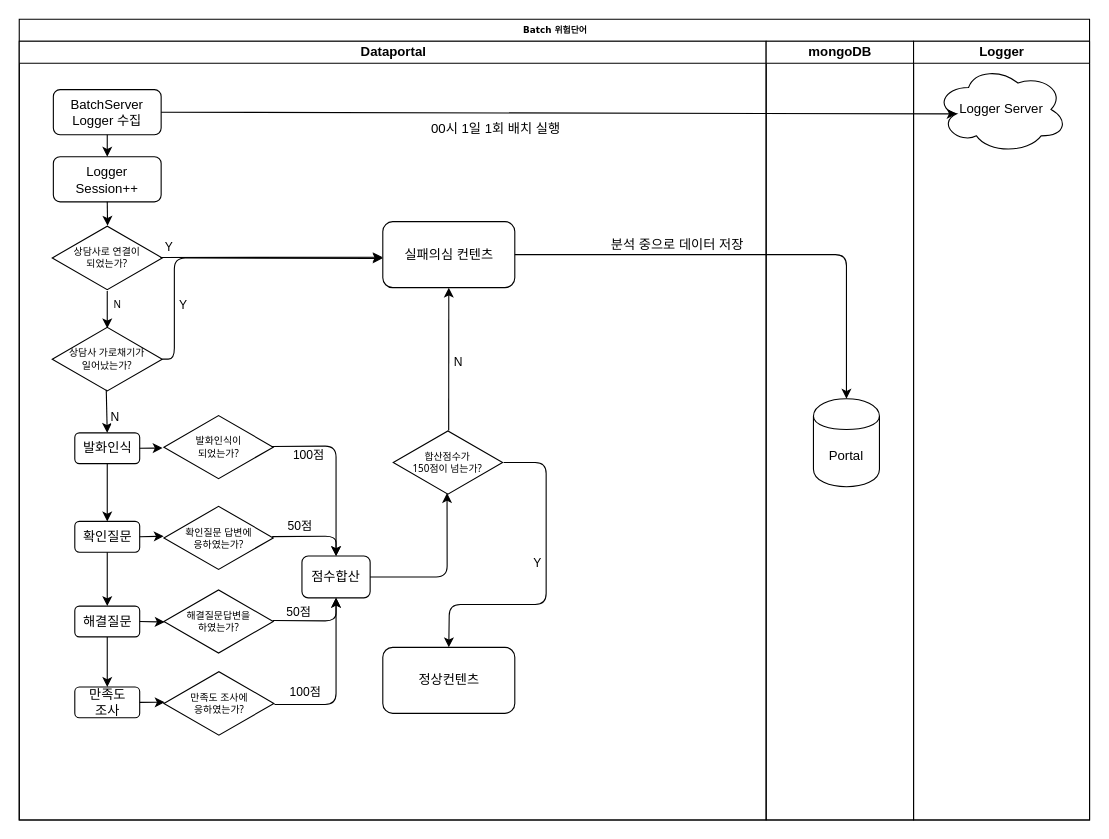
Before: page "실패의심 컨텐츠" (2 of 2) of 배치.drawio in dongyoupkim/kdycorp, a draw.io diagram. Source tidied: cells renumbered, new cells numbered last; positions are measured from the earlier drawing's top-left corner, leaving out a move shared by most shapes. Both pictures are drawn from the tidied source at 110%, with x=0, y=0 at pixel (19, 19).
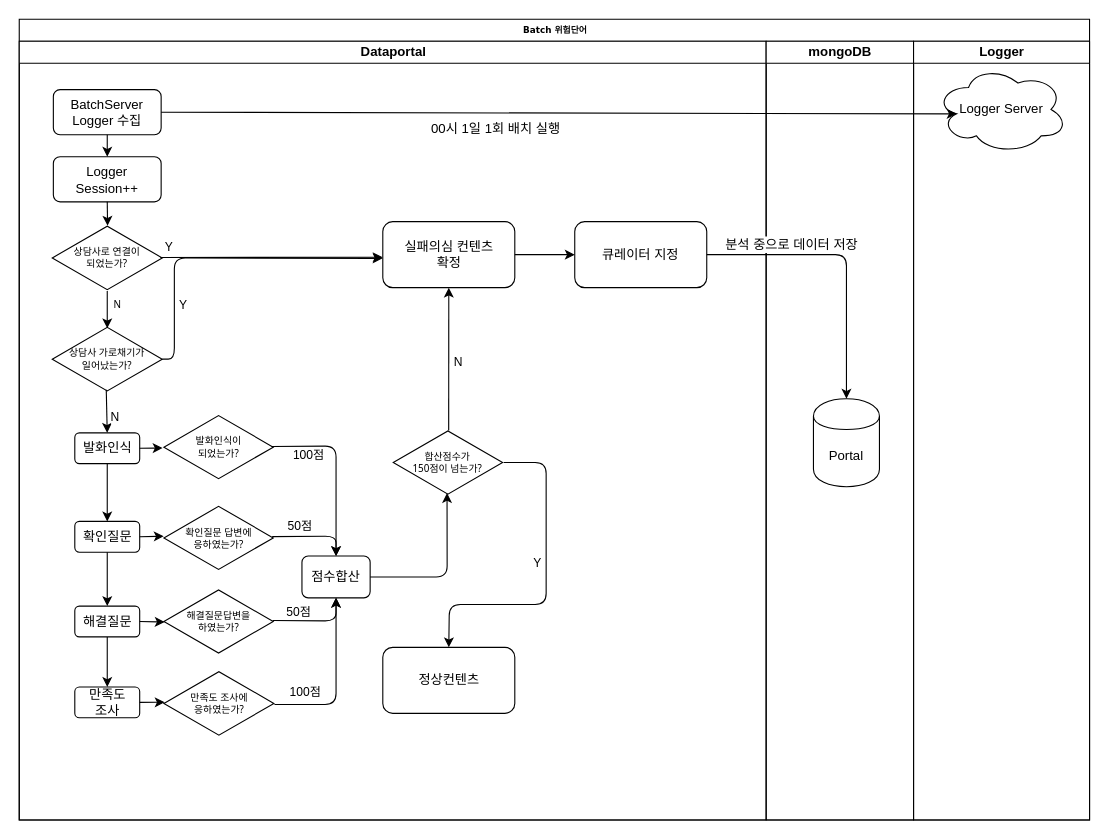
Above is the later version.

Commit message:
배치.drawio 업데이트

The change refers to these unchanged cells:
```xml
<mxCell id="2" value="Batch 위험단어" style="swimlane;html=1;startSize=20;rounded=0;shadow=0;labelBackgroundColor=none;strokeColor=#000000;strokeWidth=1;fillColor=#ffffff;fontFamily=Verdana;fontSize=8;fontColor=#000000;align=center;" parent="1" vertex="1">
  <mxGeometry width="973" height="728" as="geometry" />
</mxCell>
<mxCell id="3" value="Dataportal" style="swimlane;html=1;startSize=20;" parent="2" vertex="1">
  <mxGeometry y="20" width="679" height="708" as="geometry" />
</mxCell>
<mxCell id="39" value="Portal" style="shape=cylinder;whiteSpace=wrap;html=1;boundedLbl=1;backgroundOutline=1;" parent="38" vertex="1">
  <mxGeometry x="43" y="325" width="60" height="80" as="geometry" />
</mxCell>
```

Diff of the diagram source:
```diff
@@
-    <mxCell id="11" value="실패의심 컨텐츠" style="rounded=1;whiteSpace=wrap;html=1;" parent="3" vertex="1">
+    <mxCell id="11" value="실패의심 컨텐츠&lt;br&gt;확정" style="rounded=1;whiteSpace=wrap;html=1;" parent="3" vertex="1">
       <mxGeometry x="330.5" y="164" width="120" height="60" as="geometry" />
     </mxCell>
@@
+    <mxCell id="48" value="큐레이터 지정" style="rounded=1;whiteSpace=wrap;html=1;" parent="3" vertex="1">
+      <mxGeometry x="505" y="164" width="120" height="60" as="geometry" />
+    </mxCell>
+    <mxCell id="49" style="endArrow=classic;html=1;entryX=0;entryY=0.5;entryDx=0;entryDy=0;exitX=1;exitY=0.5;exitDx=0;exitDy=0;" parent="3" edge="1" source="11" target="48">
+      <mxGeometry relative="1" as="geometry" />
+    </mxCell>
@@
-    <mxCell id="42" style="endArrow=classic;html=1;exitX=1;exitY=0.5;exitDx=0;exitDy=0;entryX=0.5;entryY=0;entryDx=0;entryDy=0;" parent="2" edge="1" source="11" target="39">
+    <mxCell id="42" style="endArrow=classic;html=1;exitX=1;exitY=0.5;exitDx=0;exitDy=0;entryX=0.5;entryY=0;entryDx=0;entryDy=0;" parent="2" edge="1" source="48" target="39">
       <mxGeometry relative="1" as="geometry">
         <Array as="points">
           <mxPoint x="752" y="214" />
         </Array>
       </mxGeometry>
     </mxCell>
```
